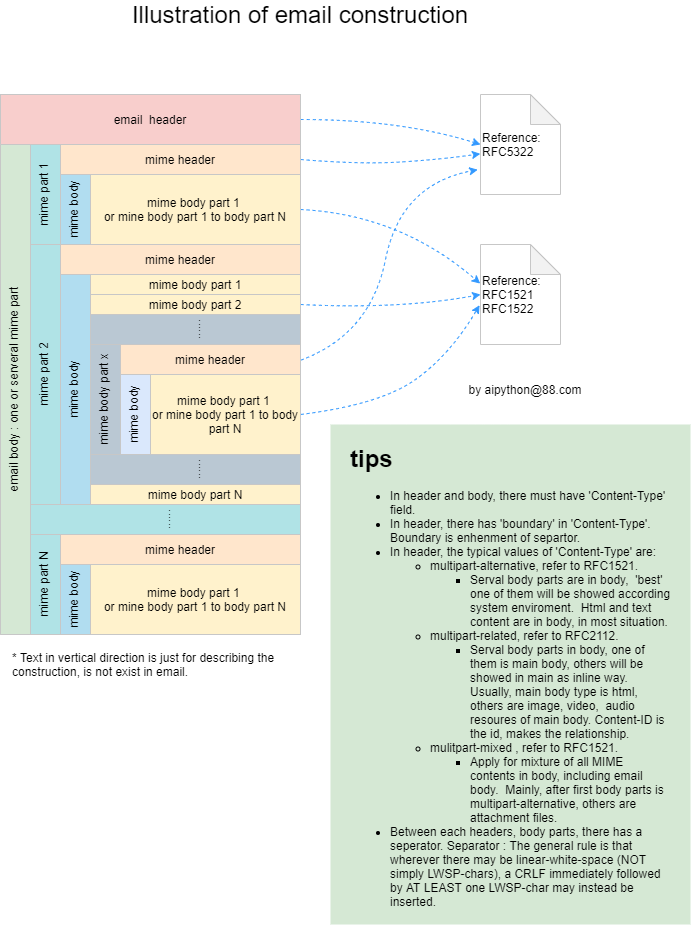
Earlier version of the draw.io export illustration of email construction.png (jryzj/mini_postoffice). Source tidied: cells renumbered, new cells last; positions are measured from the earlier drawing's top-left corner, leaving out a move shared by most shapes.
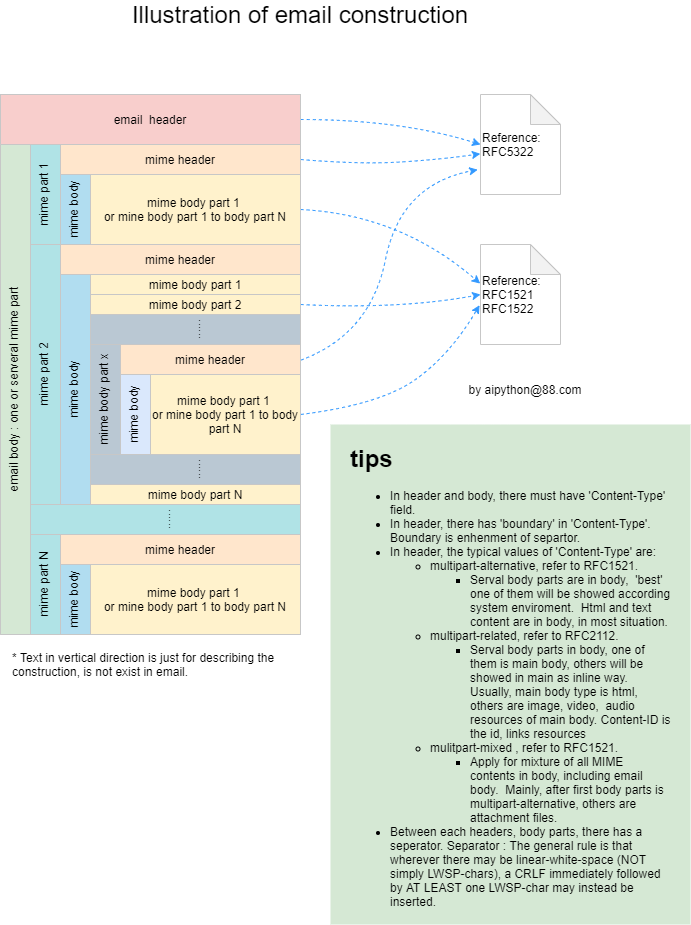
Above is the later version.

Change to the diagram source:
```diff
@@ -55,7 +55,7 @@
         </Array>
       </mxGeometry>
     </mxCell>
-    <mxCell id="10" value="&lt;h1&gt;tips&lt;/h1&gt;&lt;p&gt;&lt;/p&gt;&lt;ul&gt;&lt;li&gt;In header and body, there must have 'Content-Type' field.&lt;/li&gt;&lt;li&gt;In header, there has 'boundary' in 'Content-Type'. Boundary is enhenment of separtor.&lt;/li&gt;&lt;li&gt;In header, the typical values of 'Content-Type' are:&lt;/li&gt;&lt;ul&gt;&lt;li&gt;multipart-alternative, refer to RFC1521.&lt;/li&gt;&lt;ul&gt;&lt;li&gt;Serval body parts are in body,&amp;nbsp; 'best' one of them will be showed according system enviroment.&amp;nbsp; Html and text content are in body, in most situation.&lt;/li&gt;&lt;/ul&gt;&lt;li&gt;multipart-related, refer to RFC2112.&lt;/li&gt;&lt;ul&gt;&lt;li&gt;Serval body parts in body, one of them is main body, others will be showed in main as inline way. Usually, main body type is html,&amp;nbsp; others are image, video,&amp;nbsp; audio resoures of main body. Content-ID is the id, makes the relationship.&lt;/li&gt;&lt;/ul&gt;&lt;li&gt;mulitpart-mixed , refer to RFC1521.&lt;/li&gt;&lt;ul&gt;&lt;li&gt;Apply for mixture of all MIME contents in body, including email body.&amp;nbsp; Mainly, after first body parts is multipart-alternative, others are attachment files.&amp;nbsp;&lt;/li&gt;&lt;/ul&gt;&lt;/ul&gt;&lt;li&gt;Between each headers, body parts, there has a seperator. Separator : The general rule is that wherever  there may  be  linear-white-space  (NOT  simply  LWSP-chars), a CRLF immediately followed by AT LEAST one LWSP-char may instead  be inserted.&amp;nbsp;&lt;/li&gt;&lt;/ul&gt;&lt;p&gt;&lt;/p&gt;" style="text;html=1;fillColor=#d5e8d4;spacing=20;spacingTop=-20;whiteSpace=wrap;overflow=hidden;rounded=0;align=left;sketch=0;shadow=0;glass=0;" parent="1" vertex="1">
+    <mxCell id="10" value="&lt;h1&gt;tips&lt;/h1&gt;&lt;p&gt;&lt;/p&gt;&lt;ul&gt;&lt;li&gt;In header and body, there must have 'Content-Type' field.&lt;/li&gt;&lt;li&gt;In header, there has 'boundary' in 'Content-Type'. Boundary is enhenment of separtor.&lt;/li&gt;&lt;li&gt;In header, the typical values of 'Content-Type' are:&lt;/li&gt;&lt;ul&gt;&lt;li&gt;multipart-alternative, refer to RFC1521.&lt;/li&gt;&lt;ul&gt;&lt;li&gt;Serval body parts are in body,&amp;nbsp; 'best' one of them will be showed according system enviroment.&amp;nbsp; Html and text content are in body, in most situation.&lt;/li&gt;&lt;/ul&gt;&lt;li&gt;multipart-related, refer to RFC2112.&lt;/li&gt;&lt;ul&gt;&lt;li&gt;Serval body parts in body, one of them is main body, others will be showed in main as inline way. Usually, main body type is html,&amp;nbsp; others are image, video,&amp;nbsp; audio resources of main body. Content-ID is the id, links resources&lt;/li&gt;&lt;/ul&gt;&lt;li&gt;mulitpart-mixed , refer to RFC1521.&lt;/li&gt;&lt;ul&gt;&lt;li&gt;Apply for mixture of all MIME contents in body, including email body.&amp;nbsp; Mainly, after first body parts is multipart-alternative, others are attachment files.&amp;nbsp;&lt;/li&gt;&lt;/ul&gt;&lt;/ul&gt;&lt;li&gt;Between each headers, body parts, there has a seperator. Separator : The general rule is that wherever  there may  be  linear-white-space  (NOT  simply  LWSP-chars), a CRLF immediately followed by AT LEAST one LWSP-char may instead  be inserted.&amp;nbsp;&lt;/li&gt;&lt;/ul&gt;&lt;p&gt;&lt;/p&gt;" style="text;html=1;fillColor=#d5e8d4;spacing=20;spacingTop=-20;whiteSpace=wrap;overflow=hidden;rounded=0;align=left;sketch=0;shadow=0;glass=0;" parent="1" vertex="1">
       <mxGeometry x="330" y="420" width="360" height="500" as="geometry" />
     </mxCell>
     <mxCell id="11" value="Illustration of email construction" style="text;html=1;strokeColor=none;fillColor=none;align=center;verticalAlign=middle;whiteSpace=wrap;rounded=0;fontSize=24;" parent="1" vertex="1">
```
